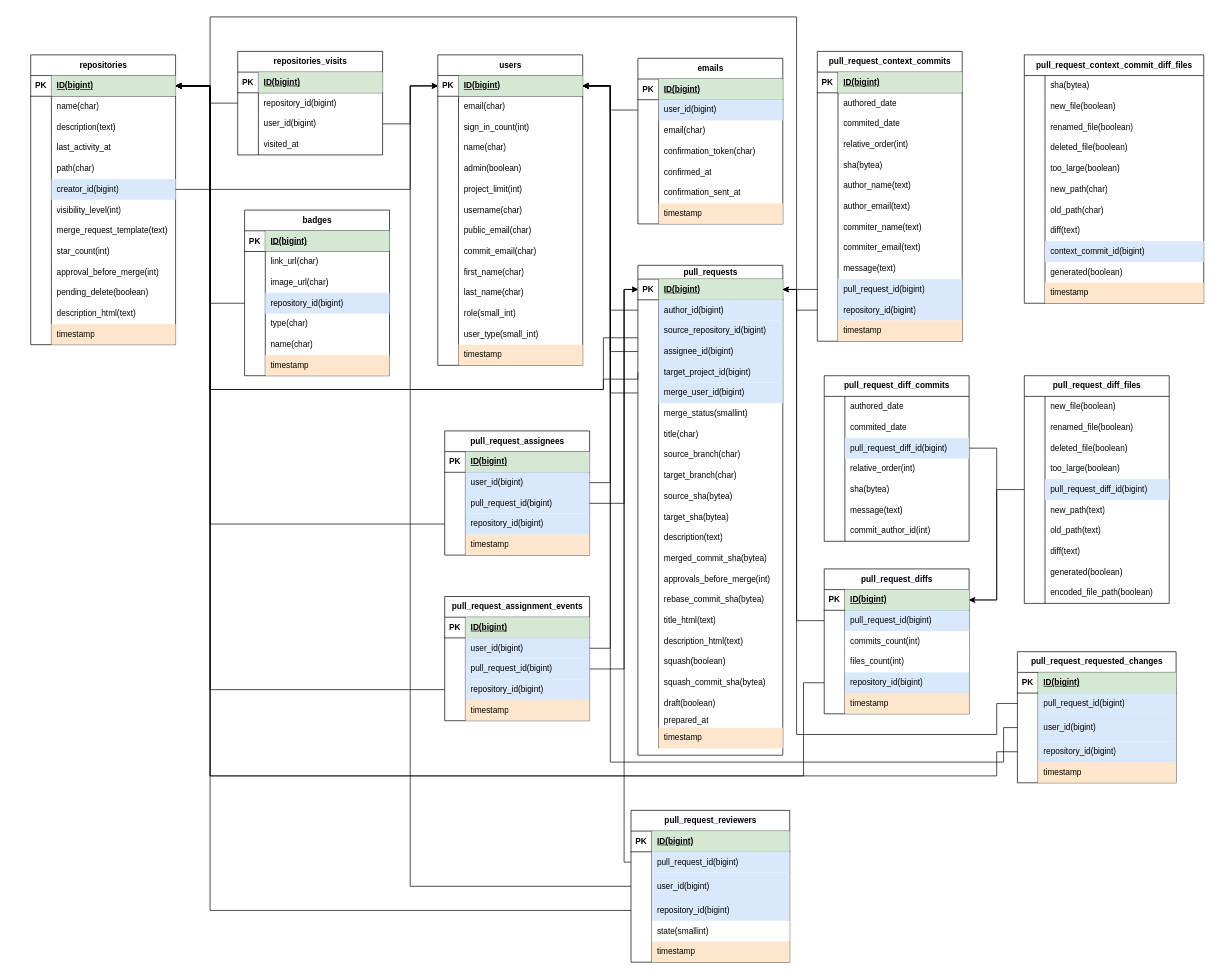
This is Untitled Diagram.drawio from hoangchung16-00/my-git-store, a draw.io file, before an edit. Source tidied: cells renumbered, new cells numbered last; positions are measured from the earlier drawing's top-left corner, leaving out a move shared by most shapes. Both pictures are drawn from the tidied source at 69%, with x=0, y=0 at pixel (30, 17).
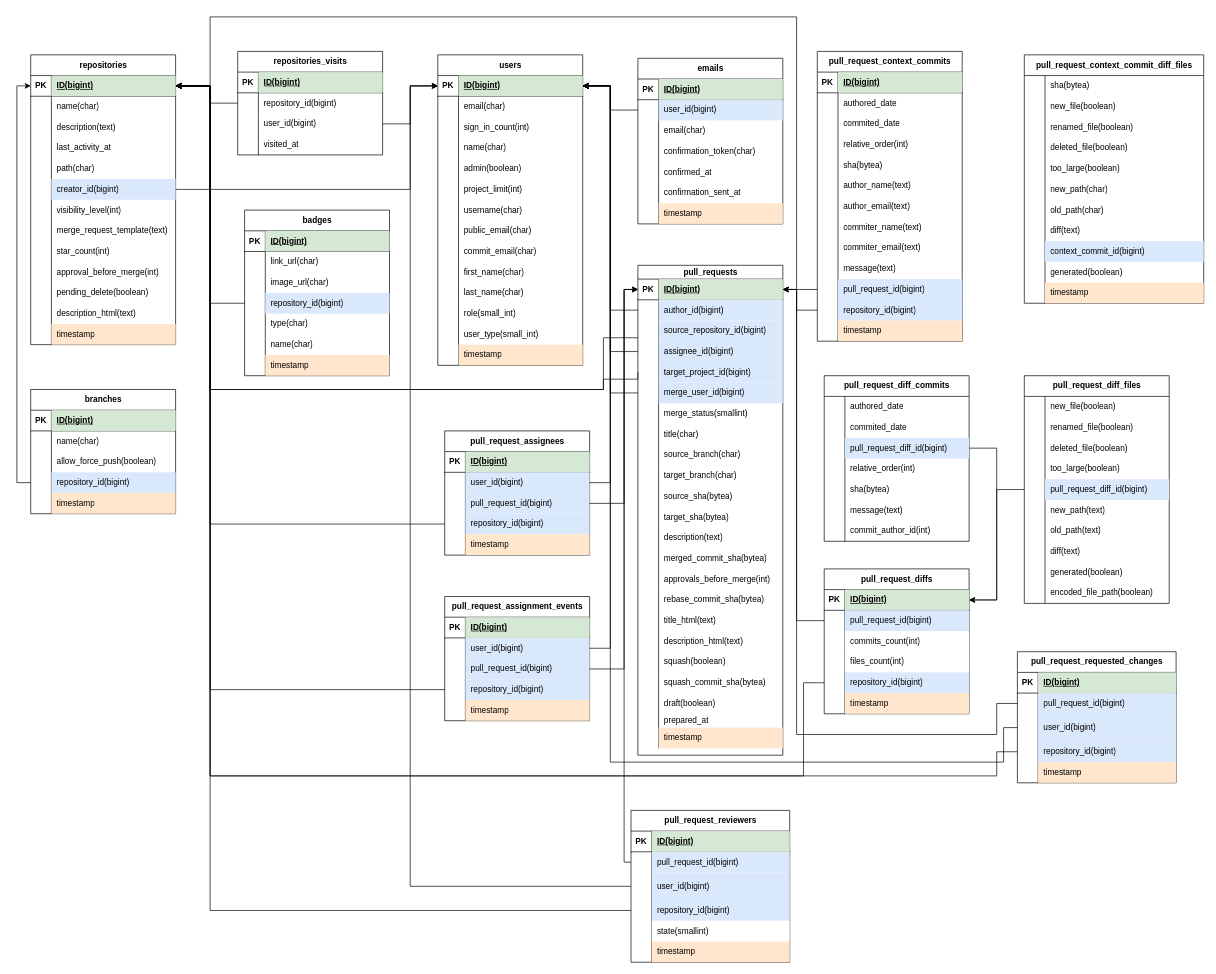
The same page after the edit.

Commit message:
diagram: branches

The change refers to these unchanged cells:
```xml
<mxCell id="3" style="shape=tableRow;horizontal=0;startSize=0;swimlaneHead=0;swimlaneBody=0;fillColor=none;points=[[0,0.5],[1,0.5]];portConstraint=eastwest;top=0;left=0;right=0;bottom=1;" parent="2" vertex="1">
  <mxGeometry y="30" width="210" height="30" as="geometry" />
</mxCell>
```

What changed in the source:
```diff
@@
+    <mxCell id="453" value="branches" style="shape=table;startSize=30;childLayout=tableLayout;rowLines=0;fontStyle=1;align=center;html=1;" parent="1" vertex="1">
+      <mxGeometry y="540" width="210" height="180" as="geometry" />
+    </mxCell>
+    <mxCell id="454" style="shape=tableRow;horizontal=0;startSize=0;swimlaneHead=0;swimlaneBody=0;fillColor=none;top=0;left=0;right=0;bottom=1;" parent="453" vertex="1">
+      <mxGeometry y="30" width="210" height="30" as="geometry" />
+    </mxCell>
+    <mxCell id="455" value="PK" style="shape=partialRectangle;fillColor=none;top=0;left=0;bottom=0;right=0;fontStyle=1;overflow=hidden;whiteSpace=wrap;html=1;" parent="454" vertex="1">
+      <mxGeometry width="30" height="30" as="geometry" />
+    </mxCell>
+    <mxCell id="456" value="ID(bigint)" style="shape=partialRectangle;fillColor=#d5e8d4;top=0;left=0;bottom=0;right=0;align=left;spacingLeft=6;fontStyle=5;overflow=hidden;whiteSpace=wrap;html=1;strokeColor=#82b366;" parent="454" vertex="1">
+      <mxGeometry x="30" width="180" height="30" as="geometry" />
+    </mxCell>
+    <mxCell id="457" style="shape=tableRow;horizontal=0;startSize=0;swimlaneHead=0;swimlaneBody=0;fillColor=none;top=0;left=0;right=0;bottom=0;" parent="453" vertex="1">
+      <mxGeometry y="60" width="210" height="30" as="geometry" />
+    </mxCell>
+    <mxCell id="458" style="shape=partialRectangle;fillColor=none;top=0;left=0;bottom=0;right=0;overflow=hidden;whiteSpace=wrap;html=1;" parent="457" vertex="1">
+      <mxGeometry width="30" height="30" as="geometry" />
+    </mxCell>
+    <mxCell id="459" value="name(char)" style="shape=partialRectangle;fillColor=none;top=0;left=0;bottom=0;right=0;align=left;spacingLeft=6;overflow=hidden;whiteSpace=wrap;html=1;" parent="457" vertex="1">
+      <mxGeometry x="30" width="180" height="30" as="geometry" />
+    </mxCell>
+    <mxCell id="460" style="shape=tableRow;horizontal=0;startSize=0;swimlaneHead=0;swimlaneBody=0;fillColor=none;top=0;left=0;right=0;bottom=0;" parent="453" vertex="1">
+      <mxGeometry y="90" width="210" height="30" as="geometry" />
+    </mxCell>
+    <mxCell id="461" style="shape=partialRectangle;fillColor=none;top=0;left=0;bottom=0;right=0;overflow=hidden;whiteSpace=wrap;html=1;" parent="460" vertex="1">
+      <mxGeometry width="30" height="30" as="geometry" />
+    </mxCell>
+    <mxCell id="462" value="allow_force_push(boolean)" style="shape=partialRectangle;fillColor=none;top=0;left=0;bottom=0;right=0;align=left;spacingLeft=6;overflow=hidden;whiteSpace=wrap;html=1;" parent="460" vertex="1">
+      <mxGeometry x="30" width="180" height="30" as="geometry" />
+    </mxCell>
+    <mxCell id="463" style="shape=tableRow;horizontal=0;startSize=0;swimlaneHead=0;swimlaneBody=0;fillColor=none;points=[[0,0.5],[1,0.5]];portConstraint=eastwest;top=0;left=0;right=0;bottom=0;" parent="453" vertex="1">
+      <mxGeometry y="120" width="210" height="30" as="geometry" />
+    </mxCell>
+    <mxCell id="464" style="shape=partialRectangle;fillColor=none;top=0;left=0;bottom=0;right=0;overflow=hidden;whiteSpace=wrap;html=1;" parent="463" vertex="1">
+      <mxGeometry width="30" height="30" as="geometry" />
+    </mxCell>
+    <mxCell id="465" value="repository_id(bigint)" style="shape=partialRectangle;fillColor=#dae8fc;top=0;left=0;bottom=0;right=0;align=left;spacingLeft=6;overflow=hidden;whiteSpace=wrap;html=1;strokeColor=#6c8ebf;" parent="463" vertex="1">
+      <mxGeometry x="30" width="180" height="30" as="geometry" />
+    </mxCell>
+    <mxCell id="466" style="shape=tableRow;horizontal=0;startSize=0;swimlaneHead=0;swimlaneBody=0;fillColor=none;top=0;left=0;right=0;bottom=0;" parent="453" vertex="1">
+      <mxGeometry y="150" width="210" height="30" as="geometry" />
+    </mxCell>
+    <mxCell id="467" style="shape=partialRectangle;fillColor=none;top=0;left=0;bottom=0;right=0;overflow=hidden;whiteSpace=wrap;html=1;" parent="466" vertex="1">
+      <mxGeometry width="30" height="30" as="geometry" />
+    </mxCell>
+    <mxCell id="468" value="timestamp" style="shape=partialRectangle;fillColor=#ffe6cc;top=0;left=0;bottom=0;right=0;align=left;spacingLeft=6;overflow=hidden;whiteSpace=wrap;html=1;strokeColor=#d79b00;" parent="466" vertex="1">
+      <mxGeometry x="30" width="180" height="30" as="geometry" />
+    </mxCell>
+    <mxCell id="469" style="edgeStyle=orthogonalEdgeStyle;rounded=0;jettySize=auto;html=1;entryX=0;entryY=0.5;entryDx=0;entryDy=0;" parent="1" edge="1" source="463" target="3">
+      <mxGeometry relative="1" as="geometry" />
+    </mxCell>
```
